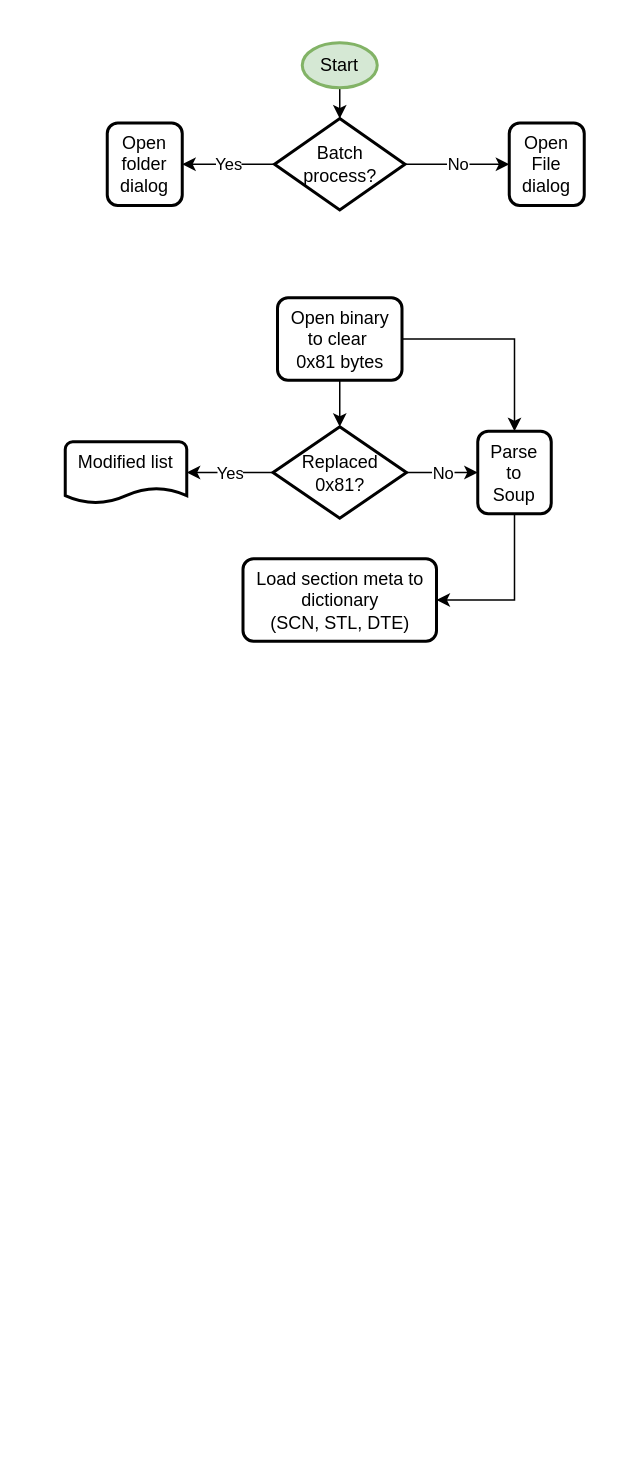
Before: JES_Soup_Scrape.drawio in benstanfish/Diagrams, a draw.io diagram. Source tidied: cells renumbered, new cells numbered last; positions are measured from the earlier drawing's top-left corner, leaving out a move shared by most shapes. Both pictures are drawn from the tidied source at 150%, with x=0, y=0 at pixel (64, 42).
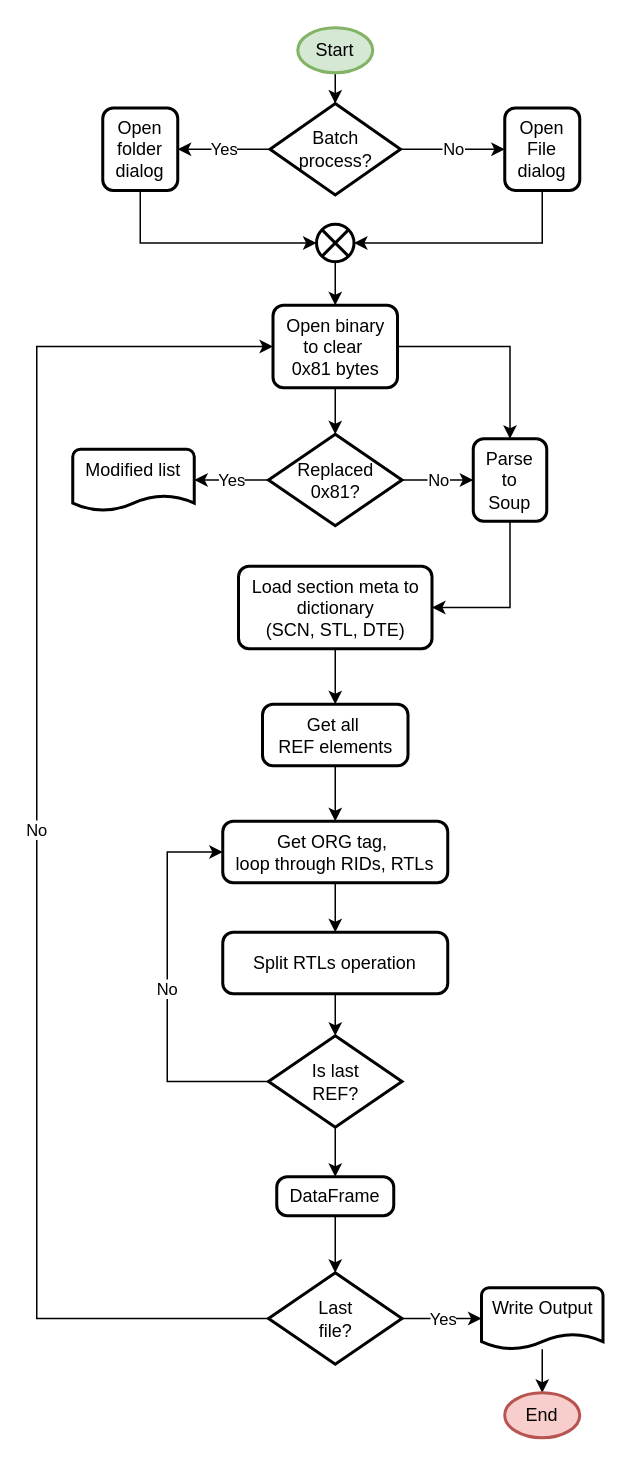
The same page after the edit.

What changed in the source:
```diff
@@
     <mxCell id="3" value="Start" style="strokeWidth=2;html=1;shape=mxgraph.flowchart.start_1;whiteSpace=wrap;fillColor=#d5e8d4;strokeColor=#82b366;" parent="1" vertex="1">
-      <mxGeometry x="158" width="50" height="30" as="geometry" />
+      <mxGeometry x="155" y="-10" width="50" height="30" as="geometry" />
     </mxCell>
@@
     <mxCell id="6" value="Batch&lt;div&gt;process?&lt;/div&gt;" style="strokeWidth=2;html=1;shape=mxgraph.flowchart.decision;whiteSpace=wrap;spacing=12;" parent="1" vertex="1">
-      <mxGeometry x="139.5" y="50.5" width="87" height="61" as="geometry" />
+      <mxGeometry x="136.5" y="40.5" width="87" height="61" as="geometry" />
     </mxCell>
     <mxCell id="7" value="Open&lt;div&gt;folder&lt;/div&gt;&lt;div&gt;dialog&lt;/div&gt;" style="rounded=1;whiteSpace=wrap;html=1;absoluteArcSize=1;arcSize=14;strokeWidth=2;" parent="1" vertex="1">
-      <mxGeometry x="28" y="53.5" width="50" height="55" as="geometry" />
+      <mxGeometry x="25" y="43.5" width="50" height="55" as="geometry" />
     </mxCell>
     <mxCell id="8" value="Open&lt;div&gt;File&lt;div&gt;dialog&lt;/div&gt;&lt;/div&gt;" style="rounded=1;whiteSpace=wrap;html=1;absoluteArcSize=1;arcSize=14;strokeWidth=2;" parent="1" vertex="1">
-      <mxGeometry x="296" y="53.5" width="50" height="55" as="geometry" />
+      <mxGeometry x="293" y="43.5" width="50" height="55" as="geometry" />
     </mxCell>
@@
     <mxCell id="11" value="Open binary&lt;div&gt;&lt;span style=&quot;background-color: initial;&quot;&gt;to clear&amp;nbsp;&lt;/span&gt;&lt;/div&gt;&lt;div&gt;&lt;span style=&quot;background-color: initial;&quot;&gt;0x81 bytes&lt;/span&gt;&lt;/div&gt;" style="rounded=1;whiteSpace=wrap;html=1;absoluteArcSize=1;arcSize=14;strokeWidth=2;" parent="1" vertex="1">
-      <mxGeometry x="141.5" y="170" width="83" height="55" as="geometry" />
+      <mxGeometry x="138.5" y="175" width="83" height="55" as="geometry" />
     </mxCell>
@@
     <mxCell id="14" value="Replaced&lt;div&gt;0x81?&lt;/div&gt;" style="strokeWidth=2;html=1;shape=mxgraph.flowchart.decision;whiteSpace=wrap;spacing=12;" parent="1" vertex="1">
-      <mxGeometry x="138.5" y="256" width="89" height="61" as="geometry" />
+      <mxGeometry x="135.5" y="261" width="89" height="61" as="geometry" />
     </mxCell>
     <mxCell id="15" value="Modified list&lt;div&gt;&lt;br&gt;&lt;/div&gt;" style="strokeWidth=2;html=1;shape=mxgraph.flowchart.document2;whiteSpace=wrap;size=0.25;" parent="1" vertex="1">
-      <mxGeometry y="266" width="81" height="41" as="geometry" />
+      <mxGeometry x="5" y="271" width="81" height="41" as="geometry" />
     </mxCell>
@@
     <mxCell id="17" value="Parse&lt;div&gt;to&lt;/div&gt;&lt;div&gt;Soup&lt;/div&gt;" style="rounded=1;whiteSpace=wrap;html=1;absoluteArcSize=1;arcSize=14;strokeWidth=2;" parent="1" vertex="1">
-      <mxGeometry x="275" y="259" width="49" height="55" as="geometry" />
+      <mxGeometry x="272" y="264" width="49" height="55" as="geometry" />
     </mxCell>
+    <mxCell id="19" style="edgeStyle=orthogonalEdgeStyle;rounded=0;jettySize=auto;html=1;" parent="1" edge="1" source="18" target="21">
+      <mxGeometry relative="1" as="geometry" />
+    </mxCell>
     <mxCell id="18" value="Load section meta to&lt;div&gt;dictionary&lt;/div&gt;&lt;div&gt;(SCN, STL, DTE)&lt;/div&gt;" style="rounded=1;whiteSpace=wrap;html=1;absoluteArcSize=1;arcSize=14;strokeWidth=2;" parent="1" vertex="1">
-      <mxGeometry x="118.5" y="344" width="129" height="55" as="geometry" />
+      <mxGeometry x="115.5" y="349" width="129" height="55" as="geometry" />
     </mxCell>
+    <mxCell id="20" style="edgeStyle=orthogonalEdgeStyle;rounded=0;jettySize=auto;html=1;" parent="1" edge="1" source="21" target="23">
+      <mxGeometry relative="1" as="geometry" />
+    </mxCell>
+    <mxCell id="21" value="Get all&amp;nbsp;&lt;div&gt;REF elements&lt;/div&gt;" style="rounded=1;whiteSpace=wrap;html=1;absoluteArcSize=1;arcSize=14;strokeWidth=2;" parent="1" vertex="1">
+      <mxGeometry x="131.5" y="441" width="97" height="41" as="geometry" />
+    </mxCell>
+    <mxCell id="22" style="edgeStyle=orthogonalEdgeStyle;rounded=0;jettySize=auto;html=1;entryX=0.5;entryY=0;entryDx=0;entryDy=0;" parent="1" edge="1" source="23" target="28">
+      <mxGeometry relative="1" as="geometry" />
+    </mxCell>
+    <mxCell id="23" value="Get ORG tag,&amp;nbsp;&lt;div&gt;loop through RIDs, RTLs&lt;/div&gt;" style="rounded=1;whiteSpace=wrap;html=1;absoluteArcSize=1;arcSize=14;strokeWidth=2;" parent="1" vertex="1">
+      <mxGeometry x="105" y="519" width="150" height="41" as="geometry" />
+    </mxCell>
+    <mxCell id="24" value="No" style="edgeStyle=orthogonalEdgeStyle;rounded=0;jettySize=auto;html=1;entryX=0;entryY=0.5;entryDx=0;entryDy=0;exitX=0;exitY=0.5;exitDx=0;exitDy=0;exitPerimeter=0;" parent="1" edge="1" source="26" target="23">
+      <mxGeometry relative="1" as="geometry">
+        <Array as="points">
+          <mxPoint x="68" y="693" />
+          <mxPoint x="68" y="540" />
+        </Array>
+      </mxGeometry>
+    </mxCell>
+    <mxCell id="25" style="edgeStyle=orthogonalEdgeStyle;rounded=0;jettySize=auto;html=1;" parent="1" edge="1" source="26" target="30">
+      <mxGeometry relative="1" as="geometry" />
+    </mxCell>
+    <mxCell id="26" value="Is last&lt;div&gt;REF?&lt;/div&gt;" style="strokeWidth=2;html=1;shape=mxgraph.flowchart.decision;whiteSpace=wrap;spacing=12;" parent="1" vertex="1">
+      <mxGeometry x="135.5" y="662" width="89" height="61" as="geometry" />
+    </mxCell>
+    <mxCell id="27" style="edgeStyle=orthogonalEdgeStyle;rounded=0;jettySize=auto;html=1;" parent="1" edge="1" source="28" target="26">
+      <mxGeometry relative="1" as="geometry" />
+    </mxCell>
+    <mxCell id="28" value="Split RTLs operation" style="rounded=1;whiteSpace=wrap;html=1;absoluteArcSize=1;arcSize=14;strokeWidth=2;" parent="1" vertex="1">
+      <mxGeometry x="105" y="593" width="150" height="41" as="geometry" />
+    </mxCell>
+    <mxCell id="29" style="edgeStyle=orthogonalEdgeStyle;rounded=0;jettySize=auto;html=1;" parent="1" edge="1" source="30" target="32">
+      <mxGeometry relative="1" as="geometry" />
+    </mxCell>
+    <mxCell id="30" value="DataFrame" style="rounded=1;whiteSpace=wrap;html=1;absoluteArcSize=1;arcSize=14;strokeWidth=2;" parent="1" vertex="1">
+      <mxGeometry x="141" y="756" width="78" height="26" as="geometry" />
+    </mxCell>
+    <mxCell id="31" value="No" style="edgeStyle=orthogonalEdgeStyle;rounded=0;jettySize=auto;html=1;entryX=0;entryY=0.5;entryDx=0;entryDy=0;" parent="1" edge="1" source="32" target="11">
+      <mxGeometry relative="1" as="geometry">
+        <Array as="points">
+          <mxPoint x="-19" y="851" />
+          <mxPoint x="-19" y="203" />
+        </Array>
+      </mxGeometry>
+    </mxCell>
+    <mxCell id="32" value="Last&lt;div&gt;file?&lt;/div&gt;" style="strokeWidth=2;html=1;shape=mxgraph.flowchart.decision;whiteSpace=wrap;spacing=12;" parent="1" vertex="1">
+      <mxGeometry x="135.5" y="820" width="89" height="61" as="geometry" />
+    </mxCell>
+    <mxCell id="33" style="edgeStyle=orthogonalEdgeStyle;rounded=0;jettySize=auto;html=1;" parent="1" edge="1" source="34" target="11">
+      <mxGeometry relative="1" as="geometry" />
+    </mxCell>
+    <mxCell id="34" style="verticalLabelPosition=bottom;verticalAlign=top;html=1;shape=mxgraph.flowchart.or;strokeWidth=2;" parent="1" vertex="1">
+      <mxGeometry x="167.5" y="121" width="25" height="25" as="geometry" />
+    </mxCell>
+    <mxCell id="35" style="edgeStyle=orthogonalEdgeStyle;rounded=0;jettySize=auto;html=1;entryX=1;entryY=0.5;entryDx=0;entryDy=0;entryPerimeter=0;exitX=0.5;exitY=1;exitDx=0;exitDy=0;" parent="1" edge="1" source="8" target="34">
+      <mxGeometry relative="1" as="geometry" />
+    </mxCell>
+    <mxCell id="36" style="edgeStyle=orthogonalEdgeStyle;rounded=0;jettySize=auto;html=1;entryX=0;entryY=0.5;entryDx=0;entryDy=0;entryPerimeter=0;exitX=0.5;exitY=1;exitDx=0;exitDy=0;" parent="1" edge="1" source="7" target="34">
+      <mxGeometry relative="1" as="geometry" />
+    </mxCell>
+    <mxCell id="37" style="edgeStyle=orthogonalEdgeStyle;rounded=0;jettySize=auto;html=1;" parent="1" edge="1" source="38" target="40">
+      <mxGeometry relative="1" as="geometry" />
+    </mxCell>
+    <mxCell id="38" value="&lt;div&gt;Write Output&lt;/div&gt;&lt;div&gt;&lt;br&gt;&lt;/div&gt;" style="strokeWidth=2;html=1;shape=mxgraph.flowchart.document2;whiteSpace=wrap;size=0.25;" parent="1" vertex="1">
+      <mxGeometry x="277.5" y="830" width="81" height="41" as="geometry" />
+    </mxCell>
+    <mxCell id="39" value="Yes" style="edgeStyle=orthogonalEdgeStyle;rounded=0;jettySize=auto;html=1;entryX=0;entryY=0.5;entryDx=0;entryDy=0;entryPerimeter=0;" parent="1" edge="1" source="32" target="38">
+      <mxGeometry relative="1" as="geometry" />
+    </mxCell>
+    <mxCell id="40" value="End" style="strokeWidth=2;html=1;shape=mxgraph.flowchart.start_1;whiteSpace=wrap;fillColor=#f8cecc;strokeColor=#b85450;" parent="1" vertex="1">
+      <mxGeometry x="293" y="900" width="50" height="30" as="geometry" />
+    </mxCell>
```
